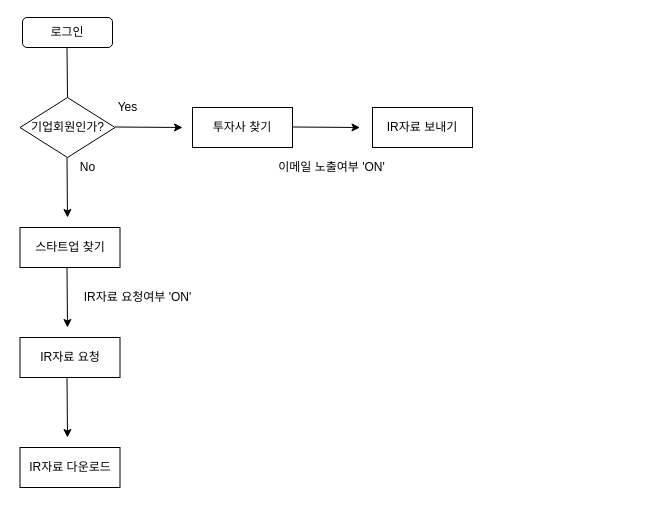
Earlier version of the draw.io diagram 비즈니스나우 투자비즈니스_수정.drawio (Lucidhomme/TIL). Source tidied: cells renumbered, new cells numbered last; positions are measured from the earlier drawing's top-left corner, leaving out a move shared by most shapes. Both pictures are drawn from the tidied source at 100%, with x=0, y=0 at pixel (20, 17).
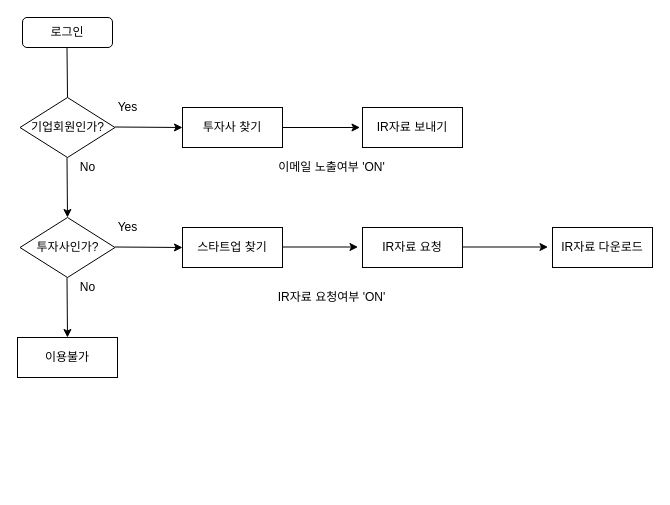
After the change.

Commit message:
Update 비즈니스나우 투자비즈니스_수정.drawio

What changed in the source:
```diff
@@
     <mxCell id="9" value="투자사 찾기" style="rounded=0;whiteSpace=wrap;html=1;" parent="1" vertex="1">
-      <mxGeometry x="172" y="90" width="100" height="40" as="geometry" />
+      <mxGeometry x="162" y="90" width="100" height="40" as="geometry" />
     </mxCell>
     <mxCell id="10" value="스타트업 찾기" style="rounded=0;whiteSpace=wrap;html=1;" parent="1" vertex="1">
-      <mxGeometry x="-0.5" y="210" width="100" height="40" as="geometry" />
+      <mxGeometry x="162" y="210" width="100" height="40" as="geometry" />
     </mxCell>
     <mxCell id="11" style="endArrow=classic;html=1;" parent="1" edge="1">
       <mxGeometry relative="1" as="geometry">
-        <mxPoint x="46.5" y="250" as="sourcePoint" />
-        <mxPoint x="47" y="310" as="targetPoint" />
+        <mxPoint x="262" y="229.5" as="sourcePoint" />
+        <mxPoint x="337.5" y="229.5" as="targetPoint" />
       </mxGeometry>
     </mxCell>
     <mxCell id="12" value="IR자료 요청" style="rounded=0;whiteSpace=wrap;html=1;" parent="1" vertex="1">
-      <mxGeometry x="-0.5" y="320" width="100" height="40" as="geometry" />
+      <mxGeometry x="342" y="210" width="100" height="40" as="geometry" />
     </mxCell>
     <mxCell id="13" style="endArrow=classic;html=1;" parent="1" edge="1">
       <mxGeometry relative="1" as="geometry">
-        <mxPoint x="46.5" y="360" as="sourcePoint" />
-        <mxPoint x="47" y="420" as="targetPoint" />
+        <mxPoint x="442" y="229.5" as="sourcePoint" />
+        <mxPoint x="527.5" y="229.5" as="targetPoint" />
       </mxGeometry>
     </mxCell>
-    <mxCell id="14" style="endArrow=classic;html=1;" parent="1" edge="1">
+    <mxCell id="14" style="endArrow=classic;html=1;exitX=1;exitY=0.5;exitDx=0;exitDy=0;" parent="1" edge="1" source="9">
       <mxGeometry relative="1" as="geometry">
-        <mxPoint x="272" y="109.5" as="sourcePoint" />
         <mxPoint x="339.5" y="110" as="targetPoint" />
       </mxGeometry>
     </mxCell>
     <mxCell id="15" value="IR자료 보내기" style="rounded=0;whiteSpace=wrap;html=1;" parent="1" vertex="1">
-      <mxGeometry x="352" y="90" width="100" height="40" as="geometry" />
+      <mxGeometry x="342" y="90" width="100" height="40" as="geometry" />
     </mxCell>
     <mxCell id="16" value="IR자료 다운로드" style="rounded=0;whiteSpace=wrap;html=1;" parent="1" vertex="1">
-      <mxGeometry x="-0.5" y="430" width="100" height="40" as="geometry" />
+      <mxGeometry x="532" y="210" width="100" height="40" as="geometry" />
     </mxCell>
@@
     <mxCell id="18" value="IR자료 요청여부 'ON'" style="text;html=1;align=center;verticalAlign=middle;fillColor=none;strokeColor=none;rounded=0;" parent="1" vertex="1">
-      <mxGeometry x="52" y="270" width="130" height="20" as="geometry" />
+      <mxGeometry x="246" y="270" width="130" height="20" as="geometry" />
     </mxCell>
+    <mxCell id="19" style="edgeStyle=orthogonalEdgeStyle;rounded=0;orthogonalLoop=1;jettySize=auto;html=1;exitX=0.5;exitY=1;exitDx=0;exitDy=0;" parent="1" edge="1" source="15" target="15">
+      <mxGeometry relative="1" as="geometry" />
+    </mxCell>
+    <mxCell id="20" value="투자사인가?" style="rhombus;whiteSpace=wrap;html=1;" parent="1" vertex="1">
+      <mxGeometry x="-0.5" y="200" width="95" height="60" as="geometry" />
+    </mxCell>
+    <mxCell id="21" style="endArrow=classic;html=1;" parent="1" edge="1">
+      <mxGeometry relative="1" as="geometry">
+        <mxPoint x="94.5" y="229.5" as="sourcePoint" />
+        <mxPoint x="162" y="230" as="targetPoint" />
+      </mxGeometry>
+    </mxCell>
+    <mxCell id="22" value="Yes" style="text;html=1;align=center;verticalAlign=middle;fillColor=none;strokeColor=none;rounded=0;" parent="1" vertex="1">
+      <mxGeometry x="92" y="200" width="30" height="20" as="geometry" />
+    </mxCell>
+    <mxCell id="23" value="No" style="text;html=1;align=center;verticalAlign=middle;fillColor=none;strokeColor=none;rounded=0;" parent="1" vertex="1">
+      <mxGeometry x="52" y="260" width="30" height="20" as="geometry" />
+    </mxCell>
+    <mxCell id="24" style="endArrow=classic;html=1;" parent="1" edge="1">
+      <mxGeometry relative="1" as="geometry">
+        <mxPoint x="46.5" y="260" as="sourcePoint" />
+        <mxPoint x="47" y="320" as="targetPoint" />
+      </mxGeometry>
+    </mxCell>
+    <mxCell id="25" value="이용불가" style="rounded=0;whiteSpace=wrap;html=1;" parent="1" vertex="1">
+      <mxGeometry x="-3" y="320" width="100" height="40" as="geometry" />
+    </mxCell>
```
